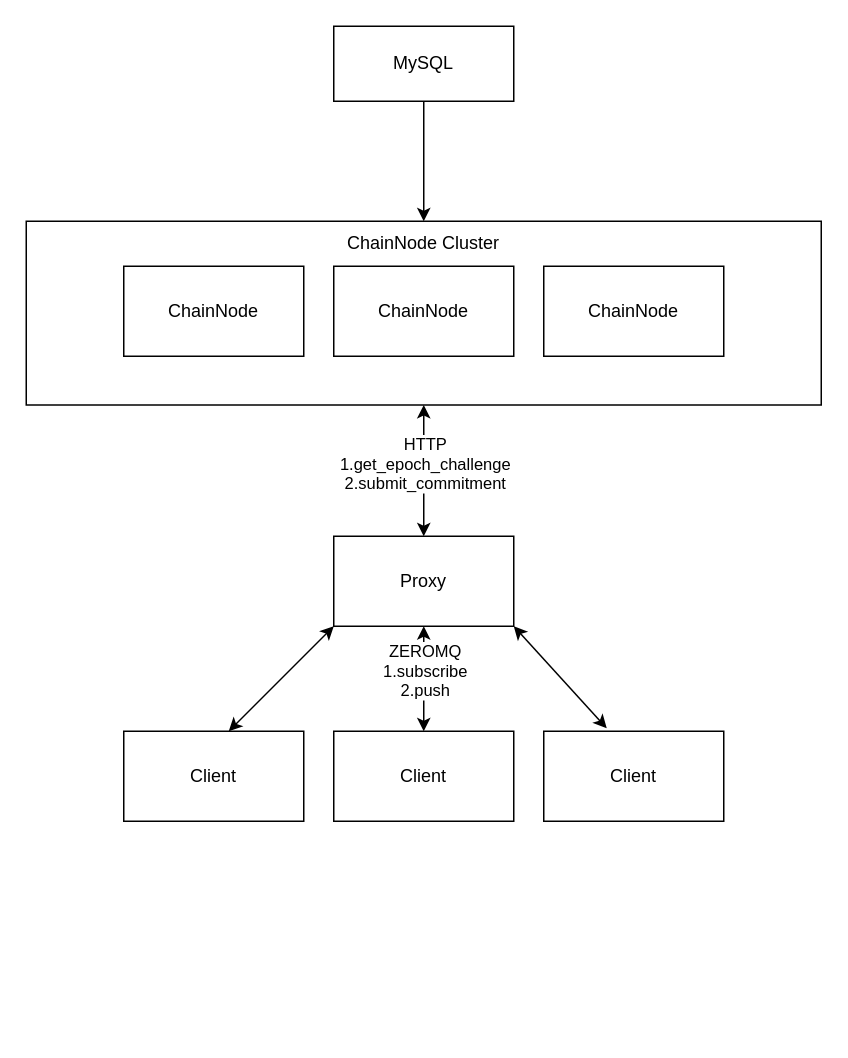
ghostant-1017/draw-io keeps this draw.io diagram as ALEO_TESTNET3_POOL.drawio. Above is the earlier version. Source tidied: cells renumbered, new cells numbered last; positions are measured from the earlier drawing's top-left corner, leaving out a move shared by most shapes. Both pictures are drawn from the tidied source at 150%, with x=0, y=0 at pixel (26, 26).
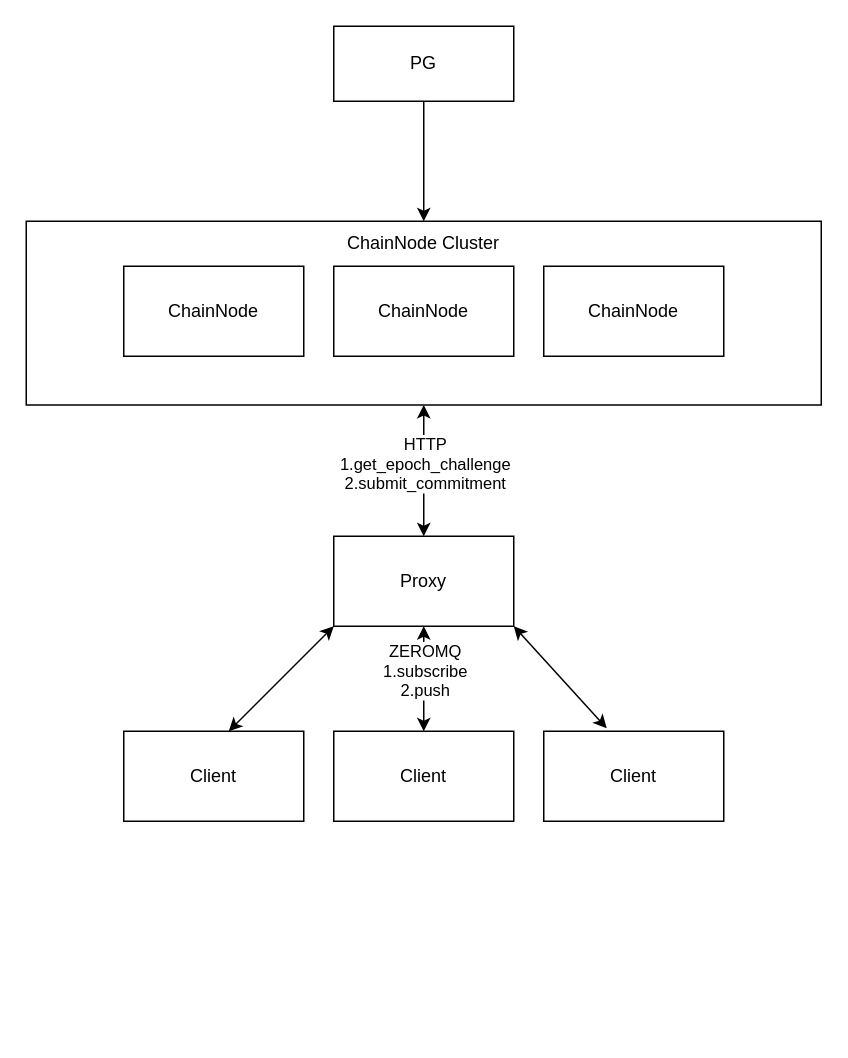
The same diagram, later.

What changed in the source:
```diff
@@
-    <mxCell id="19" value="MySQL" style="rounded=0;whiteSpace=wrap;html=1;" parent="1" vertex="1">
+    <mxCell id="19" value="PG" style="rounded=0;whiteSpace=wrap;html=1;" parent="1" vertex="1">
       <mxGeometry x="205" width="120" height="50" as="geometry" />
     </mxCell>
```
